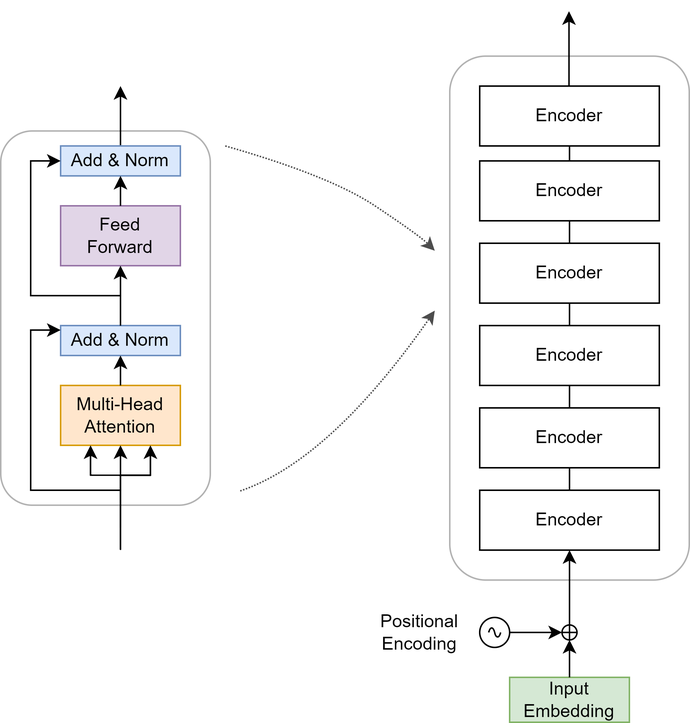
Above: imgs/nlp-self-attention-transformer-6.png in hxca/imgrepo (draw.io), before the change. Source tidied: cells renumbered, new cells last; positions are measured from the earlier drawing's top-left corner, leaving out a move shared by most shapes. Source of this version:
```xml
<mxGraphModel math="1">
  <root>
    <mxCell id="0" />
    <mxCell id="1" parent="0" />
    <mxCell id="2" style="rounded=1;whiteSpace=wrap;html=1;opacity=30;" parent="1" vertex="1">
      <mxGeometry x="300" y="30" width="160" height="350" as="geometry" />
    </mxCell>
    <mxCell id="3" style="rounded=1;whiteSpace=wrap;html=1;opacity=30;" parent="1" vertex="1">
      <mxGeometry y="80" width="140" height="250" as="geometry" />
    </mxCell>
    <mxCell id="4" value="Encoder" style="rounded=0;whiteSpace=wrap;html=1;" parent="1" vertex="1">
      <mxGeometry x="320" y="100" width="120" height="40" as="geometry" />
    </mxCell>
    <mxCell id="5" style="edgeStyle=orthogonalEdgeStyle;rounded=0;jettySize=auto;html=1;exitX=0.5;exitY=0;exitDx=0;exitDy=0;entryX=0.5;entryY=1;entryDx=0;entryDy=0;endArrow=none;endFill=0;" parent="1" edge="1" source="6" target="4">
      <mxGeometry relative="1" as="geometry" />
    </mxCell>
    <mxCell id="6" value="Encoder" style="rounded=0;whiteSpace=wrap;html=1;" parent="1" vertex="1">
      <mxGeometry x="320" y="155" width="120" height="40" as="geometry" />
    </mxCell>
    <mxCell id="7" style="edgeStyle=orthogonalEdgeStyle;rounded=0;jettySize=auto;html=1;exitX=0.5;exitY=0;exitDx=0;exitDy=0;entryX=0.5;entryY=1;entryDx=0;entryDy=0;endArrow=none;endFill=0;" parent="1" edge="1" source="8" target="6">
      <mxGeometry relative="1" as="geometry" />
    </mxCell>
    <mxCell id="8" value="Encoder" style="rounded=0;whiteSpace=wrap;html=1;" parent="1" vertex="1">
      <mxGeometry x="320" y="210" width="120" height="40" as="geometry" />
    </mxCell>
    <mxCell id="9" style="edgeStyle=orthogonalEdgeStyle;rounded=0;jettySize=auto;html=1;exitX=0.5;exitY=0;exitDx=0;exitDy=0;entryX=0.5;entryY=1;entryDx=0;entryDy=0;endArrow=none;endFill=0;" parent="1" edge="1" source="10" target="8">
      <mxGeometry relative="1" as="geometry" />
    </mxCell>
    <mxCell id="10" value="Encoder" style="rounded=0;whiteSpace=wrap;html=1;" parent="1" vertex="1">
      <mxGeometry x="320" y="265" width="120" height="40" as="geometry" />
    </mxCell>
    <mxCell id="11" value="Encoder" style="rounded=0;whiteSpace=wrap;html=1;" parent="1" vertex="1">
      <mxGeometry x="320" y="50" width="120" height="40" as="geometry" />
    </mxCell>
    <mxCell id="12" style="edgeStyle=orthogonalEdgeStyle;rounded=0;jettySize=auto;html=1;exitX=0.5;exitY=0;exitDx=0;exitDy=0;entryX=0.5;entryY=1;entryDx=0;entryDy=0;endArrow=none;endFill=0;" parent="1" edge="1" source="4" target="11">
      <mxGeometry relative="1" as="geometry" />
    </mxCell>
    <mxCell id="13" style="edgeStyle=orthogonalEdgeStyle;rounded=0;jettySize=auto;html=1;exitX=0.5;exitY=0;exitDx=0;exitDy=0;entryX=0.5;entryY=1;entryDx=0;entryDy=0;endArrow=none;endFill=0;" parent="1" edge="1" source="14" target="10">
      <mxGeometry relative="1" as="geometry" />
    </mxCell>
    <mxCell id="14" value="Encoder" style="rounded=0;whiteSpace=wrap;html=1;" parent="1" vertex="1">
      <mxGeometry x="320" y="320" width="120" height="40" as="geometry" />
    </mxCell>
    <mxCell id="15" style="endArrow=classic;html=1;rounded=0;entryX=0.5;entryY=1;entryDx=0;entryDy=0;" parent="1" edge="1" target="14">
      <mxGeometry relative="1" as="geometry">
        <mxPoint x="380" y="410" as="sourcePoint" />
      </mxGeometry>
    </mxCell>
    <mxCell id="16" style="endArrow=classic;html=1;rounded=0;entryX=0.5;entryY=1;entryDx=0;entryDy=0;" parent="1" edge="1">
      <mxGeometry relative="1" as="geometry">
        <mxPoint x="379.7" y="50" as="sourcePoint" />
        <mxPoint x="379.7" as="targetPoint" />
      </mxGeometry>
    </mxCell>
    <mxCell id="17" value="Input&lt;br&gt;Embedding" style="rounded=0;whiteSpace=wrap;html=1;fillColor=#d5e8d4;strokeColor=#82b366;" parent="1" vertex="1">
      <mxGeometry x="340" y="445" width="80" height="30" as="geometry" />
    </mxCell>
    <mxCell id="18" style="shape=orEllipse;perimeter=ellipsePerimeter;whiteSpace=wrap;html=1;backgroundOutline=1;rounded=0;" parent="1" vertex="1">
      <mxGeometry x="375" y="410" width="10" height="10" as="geometry" />
    </mxCell>
    <mxCell id="19" style="edgeStyle=orthogonalEdgeStyle;rounded=0;jettySize=auto;html=1;exitX=0.5;exitY=0;exitDx=0;exitDy=0;entryX=0.5;entryY=1;entryDx=0;entryDy=0;" parent="1" edge="1" source="17" target="18">
      <mxGeometry relative="1" as="geometry" />
    </mxCell>
    <mxCell id="20" style="edgeStyle=orthogonalEdgeStyle;rounded=0;jettySize=auto;html=1;exitX=1;exitY=0.5;exitDx=0;exitDy=0;exitPerimeter=0;entryX=0;entryY=0.5;entryDx=0;entryDy=0;" parent="1" edge="1" source="21" target="18">
      <mxGeometry relative="1" as="geometry" />
    </mxCell>
    <mxCell id="21" style="verticalLabelPosition=bottom;shadow=0;dashed=0;align=center;html=1;verticalAlign=top;shape=mxgraph.electrical.signal_sources.source;points=[[0.5,0,0],[1,0.5,0],[0.5,1,0],[0,0.5,0]];elSignalType=ac;rounded=0;" parent="1" vertex="1">
      <mxGeometry x="320" y="405" width="20" height="20" as="geometry" />
    </mxCell>
    <mxCell id="22" value="Positional&lt;br&gt;Encoding" style="text;html=1;strokeColor=none;fillColor=none;align=center;verticalAlign=middle;whiteSpace=wrap;rounded=0;" parent="1" vertex="1">
      <mxGeometry x="250" y="400" width="60" height="30" as="geometry" />
    </mxCell>
    <mxCell id="23" style="curved=1;endArrow=classic;html=1;rounded=0;endFill=1;dashed=1;dashPattern=1 1;strokeColor=#4D4D4D;" parent="1" edge="1">
      <mxGeometry relative="1" as="geometry">
        <mxPoint x="150" y="90" as="sourcePoint" />
        <mxPoint x="290" y="160" as="targetPoint" />
        <Array as="points">
          <mxPoint x="220" y="110" />
          <mxPoint x="280" y="150" />
        </Array>
      </mxGeometry>
    </mxCell>
    <mxCell id="24" style="curved=1;endArrow=classic;html=1;rounded=0;endFill=1;dashed=1;dashPattern=1 1;strokeColor=#4D4D4D;" parent="1" edge="1">
      <mxGeometry relative="1" as="geometry">
        <mxPoint x="160" y="320.5" as="sourcePoint" />
        <mxPoint x="290" y="200" as="targetPoint" />
        <Array as="points">
          <mxPoint x="220" y="300" />
        </Array>
      </mxGeometry>
    </mxCell>
    <mxCell id="25" value="Multi-Head&lt;br&gt;Attention" style="rounded=0;whiteSpace=wrap;html=1;fillColor=#ffe6cc;strokeColor=#d79b00;" parent="1" vertex="1">
      <mxGeometry x="40" y="250" width="80" height="40" as="geometry" />
    </mxCell>
    <mxCell id="26" value="Add &amp;amp; Norm" style="rounded=0;whiteSpace=wrap;html=1;fillColor=#dae8fc;strokeColor=#6c8ebf;" parent="1" vertex="1">
      <mxGeometry x="40" y="210" width="80" height="20" as="geometry" />
    </mxCell>
    <mxCell id="27" style="edgeStyle=orthogonalEdgeStyle;rounded=0;jettySize=auto;html=1;exitX=0.5;exitY=0;exitDx=0;exitDy=0;entryX=0.5;entryY=1;entryDx=0;entryDy=0;" parent="1" edge="1" source="25" target="26">
      <mxGeometry relative="1" as="geometry" />
    </mxCell>
    <mxCell id="28" value="Feed&lt;br&gt;Forward" style="rounded=0;whiteSpace=wrap;html=1;fillColor=#e1d5e7;strokeColor=#9673a6;" parent="1" vertex="1">
      <mxGeometry x="40" y="130" width="80" height="40" as="geometry" />
    </mxCell>
    <mxCell id="29" style="edgeStyle=orthogonalEdgeStyle;rounded=0;jettySize=auto;html=1;exitX=0.5;exitY=0;exitDx=0;exitDy=0;entryX=0.5;entryY=1;entryDx=0;entryDy=0;" parent="1" edge="1" source="26" target="28">
      <mxGeometry relative="1" as="geometry" />
    </mxCell>
    <mxCell id="30" style="edgeStyle=orthogonalEdgeStyle;jettySize=auto;html=1;exitX=0.5;exitY=0;exitDx=0;exitDy=0;entryX=0.5;entryY=1;entryDx=0;entryDy=0;rounded=0;" parent="1" edge="1" target="25">
      <mxGeometry relative="1" as="geometry">
        <mxPoint x="80" y="345" as="sourcePoint" />
      </mxGeometry>
    </mxCell>
    <mxCell id="31" style="edgeStyle=orthogonalEdgeStyle;orthogonalLoop=1;jettySize=auto;html=1;exitX=0.5;exitY=0;exitDx=0;exitDy=0;entryX=0;entryY=0.5;entryDx=0;entryDy=0;rounded=0;" parent="1" edge="1">
      <mxGeometry relative="1" as="geometry">
        <mxPoint x="80" y="345" as="sourcePoint" />
        <mxPoint x="40" y="213" as="targetPoint" />
        <Array as="points">
          <mxPoint x="80" y="320" />
          <mxPoint x="20" y="320" />
          <mxPoint x="20" y="213" />
        </Array>
      </mxGeometry>
    </mxCell>
    <mxCell id="32" style="edgeStyle=orthogonalEdgeStyle;jettySize=auto;html=1;exitX=0.5;exitY=0;exitDx=0;exitDy=0;entryX=0.75;entryY=1;entryDx=0;entryDy=0;rounded=0;" parent="1" edge="1" target="25">
      <mxGeometry relative="1" as="geometry">
        <mxPoint x="80" y="345" as="sourcePoint" />
        <Array as="points">
          <mxPoint x="80" y="310" />
          <mxPoint x="100" y="310" />
        </Array>
      </mxGeometry>
    </mxCell>
    <mxCell id="33" style="edgeStyle=orthogonalEdgeStyle;jettySize=auto;html=1;entryX=0.25;entryY=1;entryDx=0;entryDy=0;rounded=0;" parent="1" edge="1" target="25">
      <mxGeometry relative="1" as="geometry">
        <mxPoint x="80" y="360" as="sourcePoint" />
        <Array as="points">
          <mxPoint x="80" y="310" />
          <mxPoint x="60" y="310" />
        </Array>
      </mxGeometry>
    </mxCell>
    <mxCell id="34" style="edgeStyle=orthogonalEdgeStyle;rounded=0;jettySize=auto;html=1;exitX=0.5;exitY=0;exitDx=0;exitDy=0;endArrow=classic;endFill=1;" parent="1" edge="1" source="35">
      <mxGeometry relative="1" as="geometry">
        <mxPoint x="80" y="50" as="targetPoint" />
      </mxGeometry>
    </mxCell>
    <mxCell id="35" value="Add &amp;amp; Norm" style="rounded=0;whiteSpace=wrap;html=1;fillColor=#dae8fc;strokeColor=#6c8ebf;" parent="1" vertex="1">
      <mxGeometry x="40" y="90" width="80" height="20" as="geometry" />
    </mxCell>
    <mxCell id="36" style="edgeStyle=orthogonalEdgeStyle;rounded=0;jettySize=auto;html=1;exitX=0.5;exitY=0;exitDx=0;exitDy=0;entryX=0;entryY=0.5;entryDx=0;entryDy=0;endArrow=classic;endFill=1;" parent="1" edge="1" source="26" target="35">
      <mxGeometry relative="1" as="geometry">
        <Array as="points">
          <mxPoint x="80" y="190" />
          <mxPoint x="20" y="190" />
          <mxPoint x="20" y="100" />
        </Array>
      </mxGeometry>
    </mxCell>
    <mxCell id="37" style="edgeStyle=orthogonalEdgeStyle;rounded=0;jettySize=auto;html=1;exitX=0.5;exitY=0;exitDx=0;exitDy=0;entryX=0.5;entryY=1;entryDx=0;entryDy=0;endArrow=classic;endFill=1;" parent="1" edge="1" source="28" target="35">
      <mxGeometry relative="1" as="geometry" />
    </mxCell>
  </root>
</mxGraphModel>
```
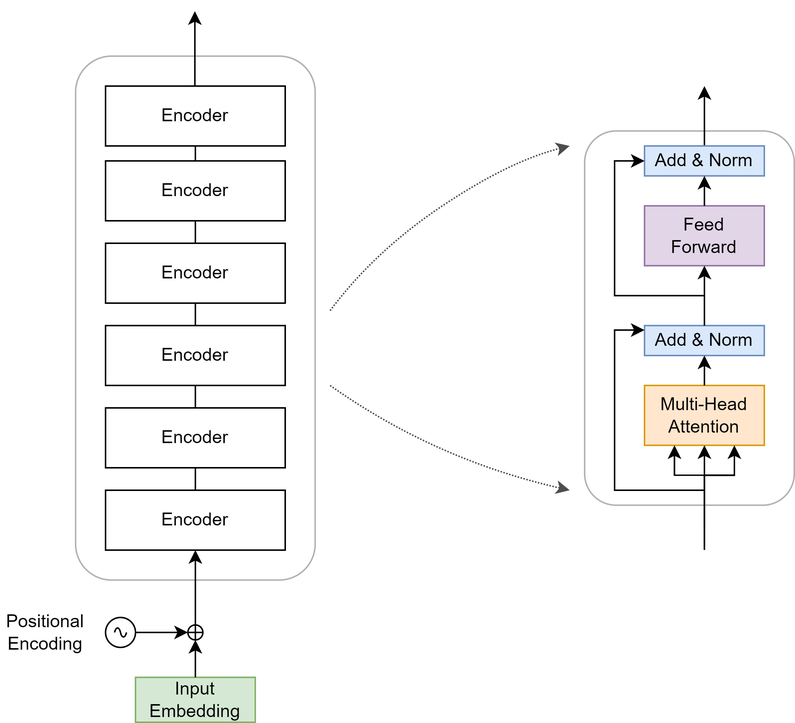
Above is the later version.

Change to the diagram source:
```diff
@@ -5,9 +5,6 @@
     <mxCell id="2" style="rounded=1;whiteSpace=wrap;html=1;opacity=30;" parent="1" vertex="1">
       <mxGeometry x="300" y="30" width="160" height="350" as="geometry" />
     </mxCell>
-    <mxCell id="3" style="rounded=1;whiteSpace=wrap;html=1;opacity=30;" parent="1" vertex="1">
-      <mxGeometry y="80" width="140" height="250" as="geometry" />
-    </mxCell>
     <mxCell id="4" value="Encoder" style="rounded=0;whiteSpace=wrap;html=1;" parent="1" vertex="1">
       <mxGeometry x="320" y="100" width="120" height="40" as="geometry" />
     </mxCell>
@@ -72,90 +69,96 @@
     </mxCell>
     <mxCell id="23" style="curved=1;endArrow=classic;html=1;rounded=0;endFill=1;dashed=1;dashPattern=1 1;strokeColor=#4D4D4D;" parent="1" edge="1">
       <mxGeometry relative="1" as="geometry">
-        <mxPoint x="150" y="90" as="sourcePoint" />
-        <mxPoint x="290" y="160" as="targetPoint" />
+        <mxPoint x="470" y="200" as="sourcePoint" />
+        <mxPoint x="630" y="90" as="targetPoint" />
         <Array as="points">
-          <mxPoint x="220" y="110" />
-          <mxPoint x="280" y="150" />
+          <mxPoint x="500" y="160" />
+          <mxPoint x="590" y="100" />
         </Array>
       </mxGeometry>
     </mxCell>
     <mxCell id="24" style="curved=1;endArrow=classic;html=1;rounded=0;endFill=1;dashed=1;dashPattern=1 1;strokeColor=#4D4D4D;" parent="1" edge="1">
       <mxGeometry relative="1" as="geometry">
-        <mxPoint x="160" y="320.5" as="sourcePoint" />
-        <mxPoint x="290" y="200" as="targetPoint" />
+        <mxPoint x="470" y="250" as="sourcePoint" />
+        <mxPoint x="630" y="320" as="targetPoint" />
         <Array as="points">
-          <mxPoint x="220" y="300" />
+          <mxPoint x="540" y="299.5" />
         </Array>
       </mxGeometry>
     </mxCell>
+    <mxCell id="38" style="group;" parent="1" vertex="1">
+      <mxGeometry x="640" y="50" width="140" height="295" as="geometry" />
+    </mxCell>
+    <mxCell id="3" style="rounded=1;whiteSpace=wrap;html=1;opacity=30;" parent="38" vertex="1">
+      <mxGeometry y="30" width="140" height="250" as="geometry" />
+    </mxCell>
-    <mxCell id="25" value="Multi-Head&lt;br&gt;Attention" style="rounded=0;whiteSpace=wrap;html=1;fillColor=#ffe6cc;strokeColor=#d79b00;" parent="1" vertex="1">
-      <mxGeometry x="40" y="250" width="80" height="40" as="geometry" />
+    <mxCell id="25" value="Multi-Head&lt;br&gt;Attention" style="rounded=0;whiteSpace=wrap;html=1;fillColor=#ffe6cc;strokeColor=#d79b00;" parent="38" vertex="1">
+      <mxGeometry x="40" y="200" width="80" height="40" as="geometry" />
     </mxCell>
-    <mxCell id="26" value="Add &amp;amp; Norm" style="rounded=0;whiteSpace=wrap;html=1;fillColor=#dae8fc;strokeColor=#6c8ebf;" parent="1" vertex="1">
-      <mxGeometry x="40" y="210" width="80" height="20" as="geometry" />
+    <mxCell id="26" value="Add &amp;amp; Norm" style="rounded=0;whiteSpace=wrap;html=1;fillColor=#dae8fc;strokeColor=#6c8ebf;" parent="38" vertex="1">
+      <mxGeometry x="40" y="160" width="80" height="20" as="geometry" />
     </mxCell>
-    <mxCell id="27" style="edgeStyle=orthogonalEdgeStyle;rounded=0;jettySize=auto;html=1;exitX=0.5;exitY=0;exitDx=0;exitDy=0;entryX=0.5;entryY=1;entryDx=0;entryDy=0;" parent="1" edge="1" source="25" target="26">
+    <mxCell id="27" style="edgeStyle=orthogonalEdgeStyle;rounded=0;jettySize=auto;html=1;exitX=0.5;exitY=0;exitDx=0;exitDy=0;entryX=0.5;entryY=1;entryDx=0;entryDy=0;" parent="38" edge="1" source="25" target="26">
       <mxGeometry relative="1" as="geometry" />
     </mxCell>
-    <mxCell id="28" value="Feed&lt;br&gt;Forward" style="rounded=0;whiteSpace=wrap;html=1;fillColor=#e1d5e7;strokeColor=#9673a6;" parent="1" vertex="1">
-      <mxGeometry x="40" y="130" width="80" height="40" as="geometry" />
+    <mxCell id="28" value="Feed&lt;br&gt;Forward" style="rounded=0;whiteSpace=wrap;html=1;fillColor=#e1d5e7;strokeColor=#9673a6;" parent="38" vertex="1">
+      <mxGeometry x="40" y="80" width="80" height="40" as="geometry" />
     </mxCell>
-    <mxCell id="29" style="edgeStyle=orthogonalEdgeStyle;rounded=0;jettySize=auto;html=1;exitX=0.5;exitY=0;exitDx=0;exitDy=0;entryX=0.5;entryY=1;entryDx=0;entryDy=0;" parent="1" edge="1" source="26" target="28">
+    <mxCell id="29" style="edgeStyle=orthogonalEdgeStyle;rounded=0;jettySize=auto;html=1;exitX=0.5;exitY=0;exitDx=0;exitDy=0;entryX=0.5;entryY=1;entryDx=0;entryDy=0;" parent="38" edge="1" source="26" target="28">
       <mxGeometry relative="1" as="geometry" />
     </mxCell>
-    <mxCell id="30" style="edgeStyle=orthogonalEdgeStyle;jettySize=auto;html=1;exitX=0.5;exitY=0;exitDx=0;exitDy=0;entryX=0.5;entryY=1;entryDx=0;entryDy=0;rounded=0;" parent="1" edge="1" target="25">
+    <mxCell id="30" style="edgeStyle=orthogonalEdgeStyle;jettySize=auto;html=1;exitX=0.5;exitY=0;exitDx=0;exitDy=0;entryX=0.5;entryY=1;entryDx=0;entryDy=0;rounded=0;" parent="38" edge="1" target="25">
       <mxGeometry relative="1" as="geometry">
-        <mxPoint x="80" y="345" as="sourcePoint" />
+        <mxPoint x="80" y="295" as="sourcePoint" />
       </mxGeometry>
     </mxCell>
-    <mxCell id="31" style="edgeStyle=orthogonalEdgeStyle;orthogonalLoop=1;jettySize=auto;html=1;exitX=0.5;exitY=0;exitDx=0;exitDy=0;entryX=0;entryY=0.5;entryDx=0;entryDy=0;rounded=0;" parent="1" edge="1">
+    <mxCell id="31" style="edgeStyle=orthogonalEdgeStyle;orthogonalLoop=1;jettySize=auto;html=1;exitX=0.5;exitY=0;exitDx=0;exitDy=0;entryX=0;entryY=0.5;entryDx=0;entryDy=0;rounded=0;" parent="38" edge="1">
       <mxGeometry relative="1" as="geometry">
-        <mxPoint x="80" y="345" as="sourcePoint" />
-        <mxPoint x="40" y="213" as="targetPoint" />
+        <mxPoint x="80" y="295" as="sourcePoint" />
+        <mxPoint x="40" y="163" as="targetPoint" />
         <Array as="points">
-          <mxPoint x="80" y="320" />
-          <mxPoint x="20" y="320" />
-          <mxPoint x="20" y="213" />
+          <mxPoint x="80" y="270" />
+          <mxPoint x="20" y="270" />
+          <mxPoint x="20" y="163" />
         </Array>
       </mxGeometry>
     </mxCell>
-    <mxCell id="32" style="edgeStyle=orthogonalEdgeStyle;jettySize=auto;html=1;exitX=0.5;exitY=0;exitDx=0;exitDy=0;entryX=0.75;entryY=1;entryDx=0;entryDy=0;rounded=0;" parent="1" edge="1" target="25">
+    <mxCell id="32" style="edgeStyle=orthogonalEdgeStyle;jettySize=auto;html=1;exitX=0.5;exitY=0;exitDx=0;exitDy=0;entryX=0.75;entryY=1;entryDx=0;entryDy=0;rounded=0;" parent="38" edge="1" target="25">
       <mxGeometry relative="1" as="geometry">
-        <mxPoint x="80" y="345" as="sourcePoint" />
+        <mxPoint x="80" y="295" as="sourcePoint" />
         <Array as="points">
-          <mxPoint x="80" y="310" />
-          <mxPoint x="100" y="310" />
+          <mxPoint x="80" y="260" />
+          <mxPoint x="100" y="260" />
         </Array>
       </mxGeometry>
     </mxCell>
-    <mxCell id="33" style="edgeStyle=orthogonalEdgeStyle;jettySize=auto;html=1;entryX=0.25;entryY=1;entryDx=0;entryDy=0;rounded=0;" parent="1" edge="1" target="25">
+    <mxCell id="33" style="edgeStyle=orthogonalEdgeStyle;jettySize=auto;html=1;entryX=0.25;entryY=1;entryDx=0;entryDy=0;rounded=0;" parent="38" edge="1" target="25">
       <mxGeometry relative="1" as="geometry">
-        <mxPoint x="80" y="360" as="sourcePoint" />
+        <mxPoint x="80" y="310" as="sourcePoint" />
         <Array as="points">
-          <mxPoint x="80" y="310" />
-          <mxPoint x="60" y="310" />
+          <mxPoint x="80" y="260" />
+          <mxPoint x="60" y="260" />
         </Array>
       </mxGeometry>
     </mxCell>
-    <mxCell id="34" style="edgeStyle=orthogonalEdgeStyle;rounded=0;jettySize=auto;html=1;exitX=0.5;exitY=0;exitDx=0;exitDy=0;endArrow=classic;endFill=1;" parent="1" edge="1" source="35">
+    <mxCell id="34" style="edgeStyle=orthogonalEdgeStyle;rounded=0;jettySize=auto;html=1;exitX=0.5;exitY=0;exitDx=0;exitDy=0;endArrow=classic;endFill=1;" parent="38" edge="1" source="35">
       <mxGeometry relative="1" as="geometry">
-        <mxPoint x="80" y="50" as="targetPoint" />
+        <mxPoint x="80" as="targetPoint" />
       </mxGeometry>
     </mxCell>
-    <mxCell id="35" value="Add &amp;amp; Norm" style="rounded=0;whiteSpace=wrap;html=1;fillColor=#dae8fc;strokeColor=#6c8ebf;" parent="1" vertex="1">
-      <mxGeometry x="40" y="90" width="80" height="20" as="geometry" />
+    <mxCell id="35" value="Add &amp;amp; Norm" style="rounded=0;whiteSpace=wrap;html=1;fillColor=#dae8fc;strokeColor=#6c8ebf;" parent="38" vertex="1">
+      <mxGeometry x="40" y="40" width="80" height="20" as="geometry" />
     </mxCell>
-    <mxCell id="36" style="edgeStyle=orthogonalEdgeStyle;rounded=0;jettySize=auto;html=1;exitX=0.5;exitY=0;exitDx=0;exitDy=0;entryX=0;entryY=0.5;entryDx=0;entryDy=0;endArrow=classic;endFill=1;" parent="1" edge="1" source="26" target="35">
+    <mxCell id="36" style="edgeStyle=orthogonalEdgeStyle;rounded=0;jettySize=auto;html=1;exitX=0.5;exitY=0;exitDx=0;exitDy=0;entryX=0;entryY=0.5;entryDx=0;entryDy=0;endArrow=classic;endFill=1;" parent="38" edge="1" source="26" target="35">
       <mxGeometry relative="1" as="geometry">
         <Array as="points">
-          <mxPoint x="80" y="190" />
-          <mxPoint x="20" y="190" />
-          <mxPoint x="20" y="100" />
+          <mxPoint x="80" y="140" />
+          <mxPoint x="20" y="140" />
+          <mxPoint x="20" y="50" />
         </Array>
       </mxGeometry>
     </mxCell>
-    <mxCell id="37" style="edgeStyle=orthogonalEdgeStyle;rounded=0;jettySize=auto;html=1;exitX=0.5;exitY=0;exitDx=0;exitDy=0;entryX=0.5;entryY=1;entryDx=0;entryDy=0;endArrow=classic;endFill=1;" parent="1" edge="1" source="28" target="35">
+    <mxCell id="37" style="edgeStyle=orthogonalEdgeStyle;rounded=0;jettySize=auto;html=1;exitX=0.5;exitY=0;exitDx=0;exitDy=0;entryX=0.5;entryY=1;entryDx=0;entryDy=0;endArrow=classic;endFill=1;" parent="38" edge="1" source="28" target="35">
       <mxGeometry relative="1" as="geometry" />
     </mxCell>
   </root>
```
